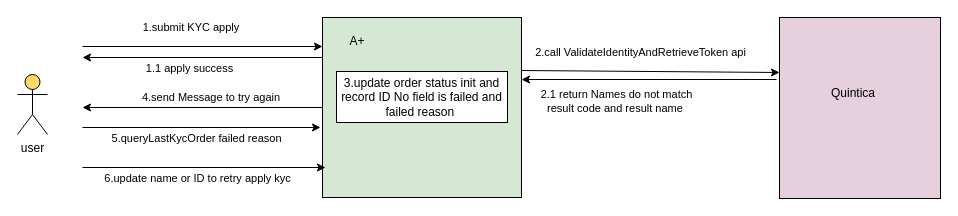
The draw.io diagram 钱包会员.drawio in renqiuming/drawio, before the edit. Source tidied: cells renumbered, new cells numbered last; positions are measured from the earlier drawing's top-left corner, leaving out a move shared by most shapes. Both pictures are drawn from the tidied source at 100%, with x=0, y=0 at pixel (17, 17).
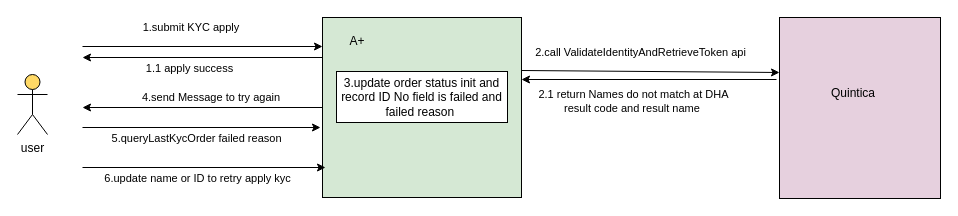
The same page after the edit.

Commit message:
更新钱包会员.drawio

Unchanged cells that the change refers to:
```xml
<mxCell id="9" style="endArrow=classic;html=1;" parent="1" edge="1">
  <mxGeometry relative="1" as="geometry">
    <mxPoint x="759" y="62" as="sourcePoint" />
    <mxPoint x="504" y="62" as="targetPoint" />
  </mxGeometry>
</mxCell>
```

What changed in the source:
```diff
@@
-    <mxCell id="10" value="2.1 return Names do not match &lt;br&gt;result code and result name&amp;nbsp;" style="edgeLabel;html=1;align=center;verticalAlign=middle;" parent="9" vertex="1">
+    <mxCell id="10" value="2.1 return Names do not match at DHA&lt;br&gt;result code and result name&amp;nbsp;" style="edgeLabel;html=1;align=center;verticalAlign=middle;" parent="9" vertex="1">
       <mxGeometry x="0.23" y="2" relative="1" as="geometry">
-        <mxPoint x="-4" y="19" as="offset" />
+        <mxPoint x="13" y="19" as="offset" />
       </mxGeometry>
     </mxCell>
```
